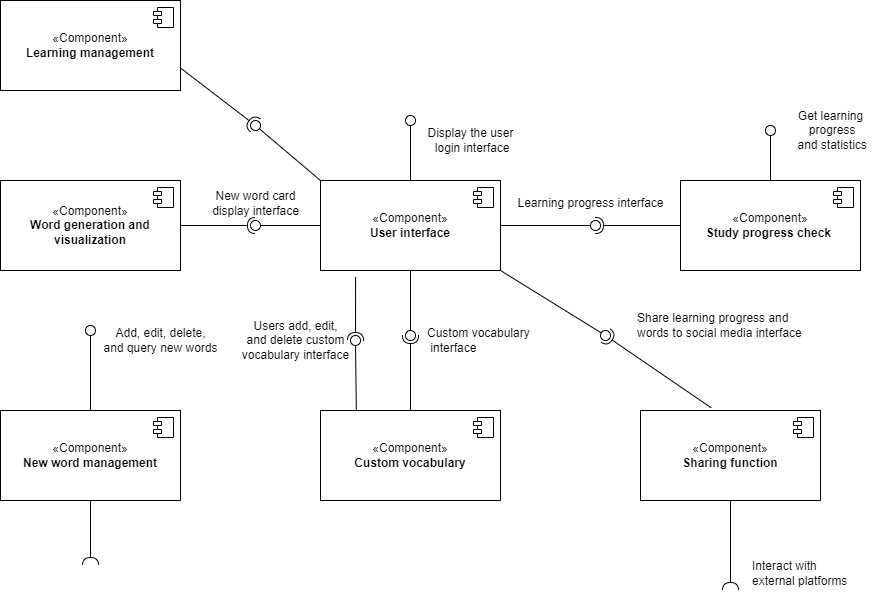
xiangxiang3451/blog_pictures keeps this draw.io diagram as component.drawio.png. Above is the earlier version. Source tidied: cells renumbered, new cells last; positions are measured from the earlier drawing's top-left corner, leaving out a move shared by most shapes.
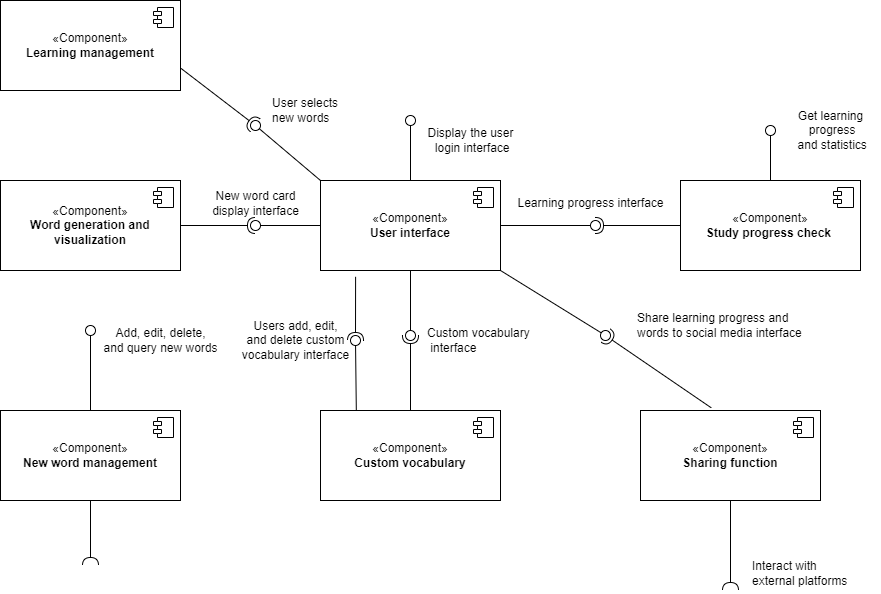
Above is the later version.

Diff of the diagram source:
```diff
@@ -180,5 +180,8 @@
     <mxCell id="53" style="ellipse;whiteSpace=wrap;html=1;align=center;fillColor=none;strokeColor=none;perimeter=centerPerimeter;points=[];outlineConnect=1;" parent="1" vertex="1">
       <mxGeometry x="250" y="120" width="10" height="10" as="geometry" />
     </mxCell>
+    <mxCell id="54" value="User selects &lt;br&gt;new words" style="text;html=1;align=left;verticalAlign=middle;strokeColor=none;fillColor=none;" parent="1" vertex="1">
+      <mxGeometry x="270" y="90" width="90" height="40" as="geometry" />
+    </mxCell>
   </root>
 </mxGraphModel>
```
